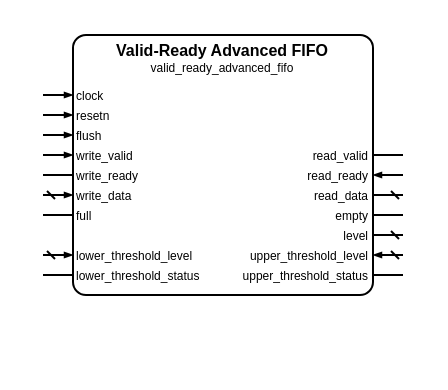
Before: sources/data/valid_ready/advanced_fifo/valid_ready_advanced_fifo.symbol.drawio in Louis-DR/OmniCores-BuildingBlocks, a draw.io diagram. Source tidied: cells renumbered, new cells numbered last; positions are measured from the earlier drawing's top-left corner, leaving out a move shared by most shapes. Both pictures are drawn from the tidied source at 200%, with x=0, y=0 at pixel (42, 34).
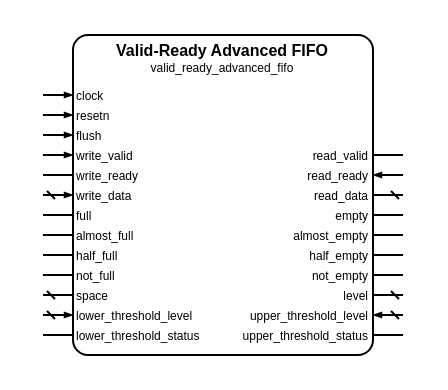
After the change.

Change to the diagram source:
```diff
@@
     <mxCell id="2" style="group;" parent="1" vertex="1">
-      <mxGeometry width="180" height="130" as="geometry" />
+      <mxGeometry width="180" height="160" as="geometry" />
     </mxCell>
     <mxCell id="3" style="rounded=1;arcSize=5;fillColor=none;strokeWidth=1;strokeColor=black;whiteSpace=wrap;html=1;" parent="2" vertex="1">
-      <mxGeometry x="15" width="150" height="130" as="geometry" />
+      <mxGeometry x="15" width="150" height="160" as="geometry" />
     </mxCell>
@@
+    <mxCell id="38" value="almost_full" style="text;html=1;align=left;verticalAlign=middle;whiteSpace=wrap;rounded=0;fontSize=6;fontStyle=0;fontColor=black;" parent="2" vertex="1">
+      <mxGeometry x="15" y="100" width="150" as="geometry" />
+    </mxCell>
+    <mxCell id="39" style="html=1;rounded=1;strokeWidth=1;strokeColor=black;startFill=0;startSize=2;startArrow=none;endFill=1;endSize=2;endArrow=none;sourcePerimeterSpacing=0;" parent="2" edge="1">
+      <mxGeometry relative="1" as="geometry">
+        <mxPoint y="100" as="sourcePoint" />
+        <mxPoint x="15" y="100" as="targetPoint" />
+      </mxGeometry>
+    </mxCell>
+    <mxCell id="40" value="almost_empty" style="text;html=1;align=right;verticalAlign=middle;whiteSpace=wrap;rounded=0;fontSize=6;fontStyle=0;fontColor=black;" parent="2" vertex="1">
+      <mxGeometry x="15" y="100" width="150" as="geometry" />
+    </mxCell>
+    <mxCell id="41" style="html=1;rounded=1;strokeWidth=1;strokeColor=black;startFill=0;startSize=2;startArrow=none;endFill=1;endSize=2;endArrow=none;sourcePerimeterSpacing=0;" parent="2" edge="1">
+      <mxGeometry relative="1" as="geometry">
+        <mxPoint x="180" y="100" as="sourcePoint" />
+        <mxPoint x="165" y="100" as="targetPoint" />
+      </mxGeometry>
+    </mxCell>
+    <mxCell id="42" value="half_full" style="text;html=1;align=left;verticalAlign=middle;whiteSpace=wrap;rounded=0;fontSize=6;fontStyle=0;fontColor=black;" parent="2" vertex="1">
+      <mxGeometry x="15" y="110" width="150" as="geometry" />
+    </mxCell>
+    <mxCell id="43" style="html=1;rounded=1;strokeWidth=1;strokeColor=black;startFill=0;startSize=2;startArrow=none;endFill=1;endSize=2;endArrow=none;sourcePerimeterSpacing=0;" parent="2" edge="1">
+      <mxGeometry relative="1" as="geometry">
+        <mxPoint y="110" as="sourcePoint" />
+        <mxPoint x="15" y="110" as="targetPoint" />
+      </mxGeometry>
+    </mxCell>
+    <mxCell id="44" value="half_empty" style="text;html=1;align=right;verticalAlign=middle;whiteSpace=wrap;rounded=0;fontSize=6;fontStyle=0;fontColor=black;" parent="2" vertex="1">
+      <mxGeometry x="15" y="110" width="150" as="geometry" />
+    </mxCell>
+    <mxCell id="45" style="html=1;rounded=1;strokeWidth=1;strokeColor=black;startFill=0;startSize=2;startArrow=none;endFill=1;endSize=2;endArrow=none;sourcePerimeterSpacing=0;" parent="2" edge="1">
+      <mxGeometry relative="1" as="geometry">
+        <mxPoint x="180" y="110" as="sourcePoint" />
+        <mxPoint x="165" y="110" as="targetPoint" />
+      </mxGeometry>
+    </mxCell>
+    <mxCell id="46" value="not_full" style="text;html=1;align=left;verticalAlign=middle;whiteSpace=wrap;rounded=0;fontSize=6;fontStyle=0;fontColor=black;" parent="2" vertex="1">
+      <mxGeometry x="15" y="120" width="150" as="geometry" />
+    </mxCell>
+    <mxCell id="47" style="html=1;rounded=1;strokeWidth=1;strokeColor=black;startFill=0;startSize=2;startArrow=none;endFill=1;endSize=2;endArrow=none;sourcePerimeterSpacing=0;" parent="2" edge="1">
+      <mxGeometry relative="1" as="geometry">
+        <mxPoint y="120" as="sourcePoint" />
+        <mxPoint x="15" y="120" as="targetPoint" />
+      </mxGeometry>
+    </mxCell>
+    <mxCell id="48" value="not_empty" style="text;html=1;align=right;verticalAlign=middle;whiteSpace=wrap;rounded=0;fontSize=6;fontStyle=0;fontColor=black;" parent="2" vertex="1">
+      <mxGeometry x="15" y="120" width="150" as="geometry" />
+    </mxCell>
+    <mxCell id="49" style="html=1;rounded=1;strokeWidth=1;strokeColor=black;startFill=0;startSize=2;startArrow=none;endFill=1;endSize=2;endArrow=none;sourcePerimeterSpacing=0;" parent="2" edge="1">
+      <mxGeometry relative="1" as="geometry">
+        <mxPoint x="180" y="120" as="sourcePoint" />
+        <mxPoint x="165" y="120" as="targetPoint" />
+      </mxGeometry>
+    </mxCell>
+    <mxCell id="50" value="space" style="text;html=1;align=left;verticalAlign=middle;whiteSpace=wrap;rounded=0;fontSize=6;fontStyle=0;fontColor=black;" parent="2" vertex="1">
+      <mxGeometry x="15" y="130" width="150" as="geometry" />
+    </mxCell>
+    <mxCell id="51" style="html=1;rounded=1;strokeWidth=1;strokeColor=black;startFill=0;startSize=2;startArrow=dash;endFill=1;endSize=2;endArrow=none;sourcePerimeterSpacing=0;" parent="2" edge="1">
+      <mxGeometry relative="1" as="geometry">
+        <mxPoint y="130" as="sourcePoint" />
+        <mxPoint x="15" y="130" as="targetPoint" />
+      </mxGeometry>
+    </mxCell>
     <mxCell id="28" value="level" style="text;html=1;align=right;verticalAlign=middle;whiteSpace=wrap;rounded=0;fontSize=6;fontStyle=0;fontColor=black;" parent="2" vertex="1">
-      <mxGeometry x="15" y="100" width="150" as="geometry" />
+      <mxGeometry x="15" y="130" width="150" as="geometry" />
     </mxCell>
     <mxCell id="29" style="html=1;rounded=1;strokeWidth=1;strokeColor=black;startFill=0;startSize=2;startArrow=dash;endFill=1;endSize=2;endArrow=none;sourcePerimeterSpacing=0;" parent="2" edge="1">
       <mxGeometry relative="1" as="geometry">
-        <mxPoint x="180" y="100" as="sourcePoint" />
-        <mxPoint x="165" y="100" as="targetPoint" />
+        <mxPoint x="180" y="130" as="sourcePoint" />
+        <mxPoint x="165" y="130" as="targetPoint" />
       </mxGeometry>
     </mxCell>
     <mxCell id="30" value="lower_threshold_level" style="text;html=1;align=left;verticalAlign=middle;whiteSpace=wrap;rounded=0;fontSize=6;fontStyle=0;fontColor=black;" parent="2" vertex="1">
-      <mxGeometry x="15" y="110" width="150" as="geometry" />
+      <mxGeometry x="15" y="140" width="150" as="geometry" />
     </mxCell>
     <mxCell id="31" style="html=1;rounded=1;strokeWidth=1;strokeColor=black;startFill=0;startSize=2;startArrow=dash;endFill=1;endSize=2;endArrow=blockThin;sourcePerimeterSpacing=0;" parent="2" edge="1">
       <mxGeometry relative="1" as="geometry">
-        <mxPoint y="110" as="sourcePoint" />
-        <mxPoint x="15" y="110" as="targetPoint" />
+        <mxPoint y="140" as="sourcePoint" />
+        <mxPoint x="15" y="140" as="targetPoint" />
       </mxGeometry>
     </mxCell>
     <mxCell id="32" value="upper_threshold_level" style="text;html=1;align=right;verticalAlign=middle;whiteSpace=wrap;rounded=0;fontSize=6;fontStyle=0;fontColor=black;" parent="2" vertex="1">
-      <mxGeometry x="15" y="110" width="150" as="geometry" />
+      <mxGeometry x="15" y="140" width="150" as="geometry" />
     </mxCell>
     <mxCell id="33" style="html=1;rounded=1;strokeWidth=1;strokeColor=black;startFill=0;startSize=2;startArrow=dash;endFill=1;endSize=2;endArrow=blockThin;sourcePerimeterSpacing=0;" parent="2" edge="1">
       <mxGeometry relative="1" as="geometry">
-        <mxPoint x="180" y="110" as="sourcePoint" />
-        <mxPoint x="165" y="110" as="targetPoint" />
+        <mxPoint x="180" y="140" as="sourcePoint" />
+        <mxPoint x="165" y="140" as="targetPoint" />
       </mxGeometry>
     </mxCell>
     <mxCell id="34" value="lower_threshold_status" style="text;html=1;align=left;verticalAlign=middle;whiteSpace=wrap;rounded=0;fontSize=6;fontStyle=0;fontColor=black;" parent="2" vertex="1">
-      <mxGeometry x="15" y="120" width="150" as="geometry" />
+      <mxGeometry x="15" y="150" width="150" as="geometry" />
     </mxCell>
     <mxCell id="35" style="html=1;rounded=1;strokeWidth=1;strokeColor=black;startFill=0;startSize=2;startArrow=none;endFill=1;endSize=2;endArrow=none;sourcePerimeterSpacing=0;" parent="2" edge="1">
       <mxGeometry relative="1" as="geometry">
-        <mxPoint y="120" as="sourcePoint" />
-        <mxPoint x="15" y="120" as="targetPoint" />
+        <mxPoint y="150" as="sourcePoint" />
+        <mxPoint x="15" y="150" as="targetPoint" />
       </mxGeometry>
     </mxCell>
     <mxCell id="36" value="upper_threshold_status" style="text;html=1;align=right;verticalAlign=middle;whiteSpace=wrap;rounded=0;fontSize=6;fontStyle=0;fontColor=black;" parent="2" vertex="1">
-      <mxGeometry x="15" y="120" width="150" as="geometry" />
+      <mxGeometry x="15" y="150" width="150" as="geometry" />
     </mxCell>
     <mxCell id="37" style="html=1;rounded=1;strokeWidth=1;strokeColor=black;startFill=0;startSize=2;startArrow=none;endFill=1;endSize=2;endArrow=none;sourcePerimeterSpacing=0;" parent="2" edge="1">
       <mxGeometry relative="1" as="geometry">
-        <mxPoint x="180" y="120" as="sourcePoint" />
-        <mxPoint x="165" y="120" as="targetPoint" />
+        <mxPoint x="180" y="150" as="sourcePoint" />
+        <mxPoint x="165" y="150" as="targetPoint" />
       </mxGeometry>
     </mxCell>
```
